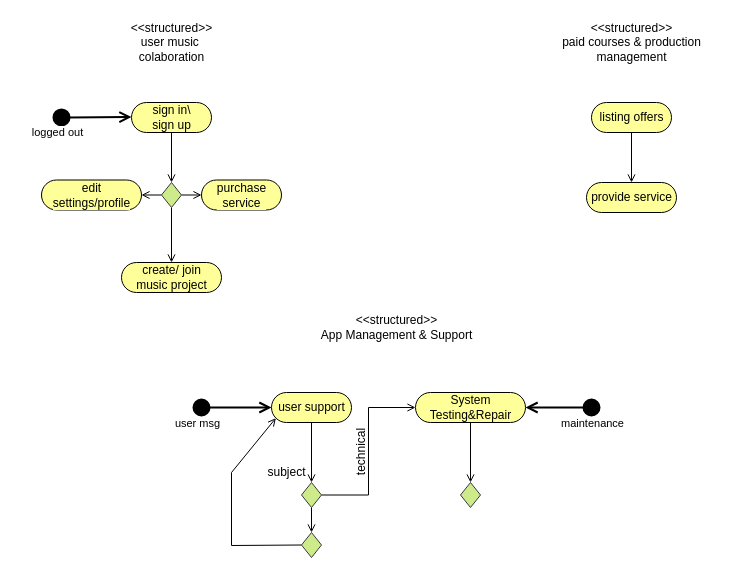
Above: page "Page-2" (2 of 2) of BUC Diagram.drawio in Itaybarbar/myProject (draw.io), before the change. Source tidied: cells renumbered, new cells numbered last; positions are measured from the earlier drawing's top-left corner, leaving out a move shared by most shapes. Both pictures are drawn from the tidied source at 100%, with x=0, y=0 at pixel (41, 17).
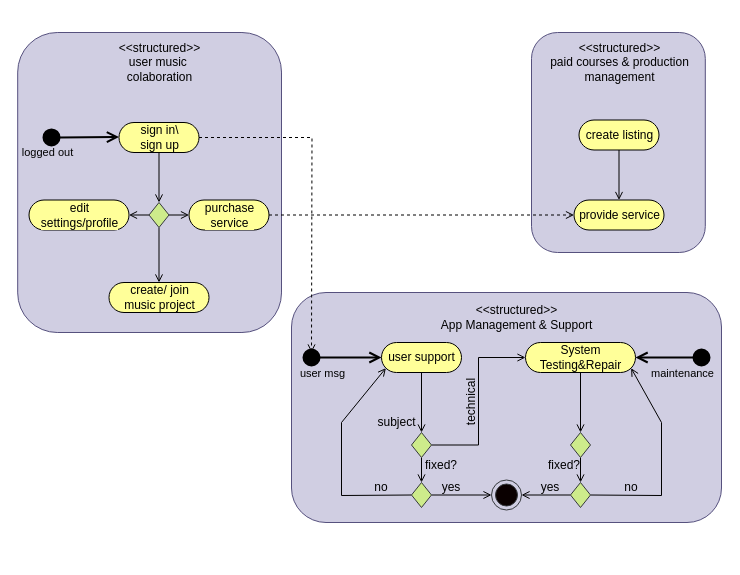
The same page after the edit.

Diff of the diagram source:
```diff
@@
+    <mxCell id="35" style="rounded=1;whiteSpace=wrap;html=1;fillColor=#d0cee2;strokeColor=#56517e;" parent="1" vertex="1">
+      <mxGeometry x="250" y="275" width="430" height="230" as="geometry" />
+    </mxCell>
+    <mxCell id="36" style="rounded=1;whiteSpace=wrap;html=1;fillColor=#d0cee2;strokeColor=#56517e;" parent="1" vertex="1">
+      <mxGeometry x="490" y="15" width="173.8" height="220" as="geometry" />
+    </mxCell>
+    <mxCell id="37" style="rounded=1;whiteSpace=wrap;html=1;fillColor=#d0cee2;strokeColor=#56517e;" parent="1" vertex="1">
+      <mxGeometry x="-23.8" y="15" width="263.8" height="300" as="geometry" />
+    </mxCell>
@@
+    <mxCell id="38" style="edgeStyle=orthogonalEdgeStyle;rounded=0;jettySize=auto;html=1;exitX=1;exitY=0.5;exitDx=0;exitDy=0;exitPerimeter=0;endArrow=open;endFill=0;dashed=1;" parent="1" edge="1" source="3">
+      <mxGeometry relative="1" as="geometry">
+        <mxPoint x="270" y="335" as="targetPoint" />
+      </mxGeometry>
+    </mxCell>
     <mxCell id="3" value="sign in\&lt;br&gt;sign up" style="html=1;dashed=0;whitespace=wrap;shape=mxgraph.dfd.start;shadow=0;glass=0;labelBackgroundColor=#FFFF99;sketch=0;strokeWidth=1;fillColor=#FFFF99;" parent="1" vertex="1">
-      <mxGeometry x="90" y="85" width="80" height="30" as="geometry" />
+      <mxGeometry x="77.5" y="105" width="80" height="30" as="geometry" />
     </mxCell>
     <mxCell id="4" value="&amp;lt;&amp;lt;structured&amp;gt;&amp;gt;&lt;br&gt;user music&amp;nbsp;&lt;br&gt;colaboration" style="text;html=1;align=center;verticalAlign=middle;strokeColor=none;fillColor=none;" parent="1" vertex="1">
-      <mxGeometry x="80" width="100" height="50" as="geometry" />
+      <mxGeometry x="67.5" y="20" width="100" height="50" as="geometry" />
     </mxCell>
     <mxCell id="5" value="create/ join&lt;br&gt;music project" style="html=1;dashed=0;whitespace=wrap;shape=mxgraph.dfd.start;shadow=0;glass=0;labelBackgroundColor=#FFFF99;sketch=0;strokeWidth=1;fillColor=#FFFF99;" parent="1" vertex="1">
-      <mxGeometry x="80" y="245" width="100" height="30" as="geometry" />
+      <mxGeometry x="67.5" y="265" width="100" height="30" as="geometry" />
     </mxCell>
     <mxCell id="6" style="html=1;verticalAlign=bottom;startArrow=circle;startFill=10;endArrow=open;startSize=6;endSize=8;rounded=0;strokeWidth=2;" parent="1" edge="1">
       <mxGeometry x="-0.75" y="-30" relative="1" as="geometry">
-        <mxPoint x="10" y="100" as="sourcePoint" />
-        <mxPoint x="90" y="99.5" as="targetPoint" />
+        <mxPoint y="120" as="sourcePoint" />
+        <mxPoint x="77.5" y="119.5" as="targetPoint" />
       </mxGeometry>
     </mxCell>
-    <mxCell id="7" value="logged out" style="edgeLabel;html=1;align=center;verticalAlign=middle;" parent="6" vertex="1">
+    <mxCell id="7" value="logged out" style="edgeLabel;html=1;align=center;verticalAlign=middle;labelBackgroundColor=none;" parent="6" vertex="1">
       <mxGeometry x="-0.79" y="-4" relative="1" as="geometry">
         <mxPoint x="-3" y="11" as="offset" />
       </mxGeometry>
     </mxCell>
     <mxCell id="8" value="&amp;lt;&amp;lt;structured&amp;gt;&amp;gt;&lt;br&gt;paid courses &amp;amp; production &lt;br&gt;management" style="text;html=1;align=center;verticalAlign=middle;strokeColor=none;fillColor=none;" parent="1" vertex="1">
-      <mxGeometry x="515" width="150" height="50" as="geometry" />
+      <mxGeometry x="502.5" y="20" width="150" height="50" as="geometry" />
     </mxCell>
@@
-    <mxCell id="10" value="listing offers" style="html=1;dashed=0;whitespace=wrap;shape=mxgraph.dfd.start;shadow=0;glass=0;labelBackgroundColor=#FFFF99;sketch=0;strokeWidth=1;fillColor=#FFFF99;" parent="1" vertex="1">
-      <mxGeometry x="550" y="85" width="80" height="30" as="geometry" />
+    <mxCell id="10" value="create listing" style="html=1;dashed=0;whitespace=wrap;shape=mxgraph.dfd.start;shadow=0;glass=0;labelBackgroundColor=#FFFF99;sketch=0;strokeWidth=1;fillColor=#FFFF99;" parent="1" vertex="1">
+      <mxGeometry x="537.5" y="102.5" width="80" height="30" as="geometry" />
     </mxCell>
     <mxCell id="11" value="provide service" style="html=1;dashed=0;whitespace=wrap;shape=mxgraph.dfd.start;shadow=0;glass=0;labelBackgroundColor=#FFFF99;sketch=0;strokeWidth=1;fillColor=#FFFF99;" parent="1" vertex="1">
-      <mxGeometry x="545" y="165" width="90" height="30" as="geometry" />
+      <mxGeometry x="532.5" y="182.5" width="90" height="30" as="geometry" />
     </mxCell>
+    <mxCell id="39" style="edgeStyle=none;rounded=0;jettySize=auto;html=1;exitX=1;exitY=0.5;exitDx=0;exitDy=0;exitPerimeter=0;entryX=0;entryY=0.5;entryDx=0;entryDy=0;entryPerimeter=0;endArrow=open;endFill=0;dashed=1;" parent="1" edge="1" source="12" target="11">
+      <mxGeometry relative="1" as="geometry" />
+    </mxCell>
     <mxCell id="12" value="purchase&lt;br&gt;service" style="html=1;dashed=0;whitespace=wrap;shape=mxgraph.dfd.start;shadow=0;glass=0;labelBackgroundColor=#FFFF99;sketch=0;strokeWidth=1;fillColor=#FFFF99;" parent="1" vertex="1">
-      <mxGeometry x="160" y="162.5" width="80" height="30" as="geometry" />
+      <mxGeometry x="147.5" y="182.5" width="80" height="30" as="geometry" />
     </mxCell>
     <mxCell id="13" value="edit&lt;br&gt;settings/profile" style="html=1;dashed=0;whitespace=wrap;shape=mxgraph.dfd.start;shadow=0;glass=0;labelBackgroundColor=#FFFF99;sketch=0;strokeWidth=1;fillColor=#FFFF99;" parent="1" vertex="1">
-      <mxGeometry y="162.5" width="100" height="30" as="geometry" />
+      <mxGeometry x="-12.5" y="182.5" width="100" height="30" as="geometry" />
     </mxCell>
@@
     <mxCell id="17" style="strokeWidth=1;html=1;shape=mxgraph.flowchart.decision;whiteSpace=wrap;fillColor=#cdeb8b;strokeColor=#36393d;" parent="1" vertex="1">
-      <mxGeometry x="120" y="165" width="20" height="25" as="geometry" />
+      <mxGeometry x="107.5" y="185" width="20" height="25" as="geometry" />
     </mxCell>
     <mxCell id="18" value="&amp;lt;&amp;lt;structured&amp;gt;&amp;gt;&lt;br&gt;App Management &amp;amp; Support" style="text;html=1;align=center;verticalAlign=middle;strokeColor=none;fillColor=none;" parent="1" vertex="1">
-      <mxGeometry x="270" y="295" width="170" height="30" as="geometry" />
+      <mxGeometry x="390" y="285" width="170" height="30" as="geometry" />
     </mxCell>
@@
     <mxCell id="20" value="System &lt;br&gt;Testing&amp;amp;Repair" style="html=1;dashed=0;whitespace=wrap;shape=mxgraph.dfd.start;shadow=0;glass=0;labelBackgroundColor=#FFFF99;sketch=0;strokeWidth=1;fillColor=#FFFF99;" parent="1" vertex="1">
-      <mxGeometry x="374" y="375" width="110" height="30" as="geometry" />
+      <mxGeometry x="484" y="325" width="110" height="30" as="geometry" />
     </mxCell>
@@
     <mxCell id="22" value="user support" style="html=1;dashed=0;whitespace=wrap;shape=mxgraph.dfd.start;shadow=0;glass=0;labelBackgroundColor=#FFFF99;sketch=0;strokeWidth=1;fillColor=#FFFF99;" parent="1" vertex="1">
-      <mxGeometry x="230" y="375" width="80" height="30" as="geometry" />
+      <mxGeometry x="340" y="325" width="80" height="30" as="geometry" />
     </mxCell>
@@
     <mxCell id="25" style="strokeWidth=1;html=1;shape=mxgraph.flowchart.decision;whiteSpace=wrap;fillColor=#cdeb8b;strokeColor=#36393d;" parent="1" vertex="1">
-      <mxGeometry x="260" y="465" width="20" height="25" as="geometry" />
+      <mxGeometry x="370" y="415" width="20" height="25" as="geometry" />
     </mxCell>
     <mxCell id="26" style="html=1;verticalAlign=bottom;startArrow=circle;startFill=10;endArrow=open;startSize=6;endSize=8;rounded=0;strokeWidth=2;entryX=0;entryY=0.5;entryDx=0;entryDy=0;entryPerimeter=0;" parent="1" edge="1" target="22">
       <mxGeometry x="-0.75" y="-30" relative="1" as="geometry">
-        <mxPoint x="150" y="390" as="sourcePoint" />
+        <mxPoint x="260" y="340" as="sourcePoint" />
       </mxGeometry>
     </mxCell>
-    <mxCell id="27" value="user msg" style="edgeLabel;html=1;align=center;verticalAlign=middle;" parent="26" vertex="1">
+    <mxCell id="27" value="user msg" style="edgeLabel;html=1;align=center;verticalAlign=middle;labelBackgroundColor=none;" parent="26" vertex="1">
       <mxGeometry x="-0.79" y="-4" relative="1" as="geometry">
-        <mxPoint x="-3" y="11" as="offset" />
+        <mxPoint x="12" y="11" as="offset" />
       </mxGeometry>
     </mxCell>
     <mxCell id="28" style="html=1;verticalAlign=bottom;startArrow=circle;startFill=10;endArrow=open;startSize=6;endSize=8;rounded=0;strokeWidth=2;entryX=1;entryY=0.5;entryDx=0;entryDy=0;entryPerimeter=0;" parent="1" edge="1" target="20">
       <mxGeometry x="-0.75" y="-30" relative="1" as="geometry">
-        <mxPoint x="560" y="390" as="sourcePoint" />
+        <mxPoint x="670" y="340" as="sourcePoint" />
       </mxGeometry>
     </mxCell>
-    <mxCell id="29" value="maintenance" style="edgeLabel;html=1;align=center;verticalAlign=middle;" parent="28" vertex="1">
+    <mxCell id="29" value="maintenance" style="edgeLabel;html=1;align=center;verticalAlign=middle;labelBackgroundColor=none;" parent="28" vertex="1">
       <mxGeometry x="-0.79" y="-4" relative="1" as="geometry">
-        <mxPoint x="-2" y="19" as="offset" />
+        <mxPoint x="-22" y="19" as="offset" />
       </mxGeometry>
     </mxCell>
+    <mxCell id="40" style="edgeStyle=orthogonalEdgeStyle;rounded=0;jettySize=auto;html=1;exitX=0.5;exitY=1;exitDx=0;exitDy=0;exitPerimeter=0;entryX=0.5;entryY=0;entryDx=0;entryDy=0;entryPerimeter=0;endArrow=open;endFill=0;" parent="1" edge="1" source="30" target="44">
+      <mxGeometry relative="1" as="geometry" />
+    </mxCell>
     <mxCell id="30" style="strokeWidth=1;html=1;shape=mxgraph.flowchart.decision;whiteSpace=wrap;fillColor=#cdeb8b;strokeColor=#36393d;" parent="1" vertex="1">
-      <mxGeometry x="419" y="465" width="20" height="25" as="geometry" />
+      <mxGeometry x="529" y="415" width="20" height="25" as="geometry" />
     </mxCell>
     <mxCell id="31" value="subject" style="text;html=1;align=center;verticalAlign=middle;strokeColor=none;fillColor=none;" parent="1" vertex="1">
-      <mxGeometry x="220" y="445" width="50" height="20" as="geometry" />
+      <mxGeometry x="330" y="395" width="50" height="20" as="geometry" />
     </mxCell>
     <mxCell id="32" value="technical" style="text;html=1;align=center;verticalAlign=middle;strokeColor=none;fillColor=none;rotation=-90;" parent="1" vertex="1">
-      <mxGeometry x="290" y="425" width="60" height="20" as="geometry" />
+      <mxGeometry x="400" y="375" width="60" height="20" as="geometry" />
     </mxCell>
     <mxCell id="33" style="rounded=0;jettySize=auto;html=1;exitX=0;exitY=0.5;exitDx=0;exitDy=0;exitPerimeter=0;endArrow=open;endFill=0;entryX=0;entryY=0;entryDx=4.395;entryDy=25.604999999999997;entryPerimeter=0;" parent="1" edge="1" source="34" target="22">
       <mxGeometry relative="1" as="geometry">
         <Array as="points">
-          <mxPoint x="190" y="528" />
-          <mxPoint x="190" y="455" />
+          <mxPoint x="300" y="478" />
+          <mxPoint x="300" y="405" />
         </Array>
       </mxGeometry>
     </mxCell>
+    <mxCell id="41" style="edgeStyle=none;rounded=0;jettySize=auto;html=1;exitX=1;exitY=0.5;exitDx=0;exitDy=0;exitPerimeter=0;entryX=0;entryY=0.5;entryDx=0;entryDy=0;endArrow=open;endFill=0;" parent="1" edge="1" source="34" target="47">
+      <mxGeometry relative="1" as="geometry" />
+    </mxCell>
     <mxCell id="34" style="strokeWidth=1;html=1;shape=mxgraph.flowchart.decision;whiteSpace=wrap;fillColor=#cdeb8b;strokeColor=#36393d;" parent="1" vertex="1">
-      <mxGeometry x="260" y="515" width="20" height="25" as="geometry" />
+      <mxGeometry x="370" y="465" width="20" height="25" as="geometry" />
     </mxCell>
+    <mxCell id="42" style="rounded=0;jettySize=auto;html=1;exitX=1;exitY=0.5;exitDx=0;exitDy=0;exitPerimeter=0;entryX=0;entryY=0;entryDx=105.605;entryDy=25.604999999999997;entryPerimeter=0;endArrow=open;endFill=0;" parent="1" edge="1" source="44" target="20">
+      <mxGeometry relative="1" as="geometry">
+        <Array as="points">
+          <mxPoint x="620" y="478" />
+          <mxPoint x="620" y="405" />
+        </Array>
+      </mxGeometry>
+    </mxCell>
+    <mxCell id="43" style="edgeStyle=none;rounded=0;jettySize=auto;html=1;exitX=0;exitY=0.5;exitDx=0;exitDy=0;exitPerimeter=0;entryX=1;entryY=0.5;entryDx=0;entryDy=0;endArrow=open;endFill=0;" parent="1" edge="1" source="44" target="47">
+      <mxGeometry relative="1" as="geometry" />
+    </mxCell>
+    <mxCell id="44" style="strokeWidth=1;html=1;shape=mxgraph.flowchart.decision;whiteSpace=wrap;fillColor=#cdeb8b;strokeColor=#36393d;" parent="1" vertex="1">
+      <mxGeometry x="529" y="465" width="20" height="25" as="geometry" />
+    </mxCell>
+    <mxCell id="45" value="fixed?" style="text;html=1;strokeColor=none;fillColor=none;align=center;verticalAlign=middle;whiteSpace=wrap;rounded=0;" parent="1" vertex="1">
+      <mxGeometry x="380" y="440" width="40" height="15" as="geometry" />
+    </mxCell>
+    <mxCell id="46" value="fixed?" style="text;html=1;strokeColor=none;fillColor=none;align=center;verticalAlign=middle;whiteSpace=wrap;rounded=0;" parent="1" vertex="1">
+      <mxGeometry x="502.5" y="440" width="40" height="15" as="geometry" />
+    </mxCell>
+    <mxCell id="47" style="ellipse;html=1;shape=endState;fillColor=#0A0000;strokeColor=#36393d;gradientDirection=north;gradientColor=none;perimeterSpacing=0;strokeWidth=1;" parent="1" vertex="1">
+      <mxGeometry x="450" y="462.5" width="30" height="30" as="geometry" />
+    </mxCell>
+    <mxCell id="48" value="yes" style="text;html=1;strokeColor=none;fillColor=none;align=center;verticalAlign=middle;whiteSpace=wrap;rounded=0;" parent="1" vertex="1">
+      <mxGeometry x="390" y="462.5" width="40" height="15" as="geometry" />
+    </mxCell>
+    <mxCell id="49" value="yes" style="text;html=1;strokeColor=none;fillColor=none;align=center;verticalAlign=middle;whiteSpace=wrap;rounded=0;" parent="1" vertex="1">
+      <mxGeometry x="489" y="462.5" width="40" height="15" as="geometry" />
+    </mxCell>
+    <mxCell id="50" value="no" style="text;html=1;strokeColor=none;fillColor=none;align=center;verticalAlign=middle;whiteSpace=wrap;rounded=0;" parent="1" vertex="1">
+      <mxGeometry x="570" y="458.8" width="40" height="22.5" as="geometry" />
+    </mxCell>
+    <mxCell id="51" value="no" style="text;html=1;strokeColor=none;fillColor=none;align=center;verticalAlign=middle;whiteSpace=wrap;rounded=0;" parent="1" vertex="1">
+      <mxGeometry x="320" y="458.8" width="40" height="22.5" as="geometry" />
+    </mxCell>
```
